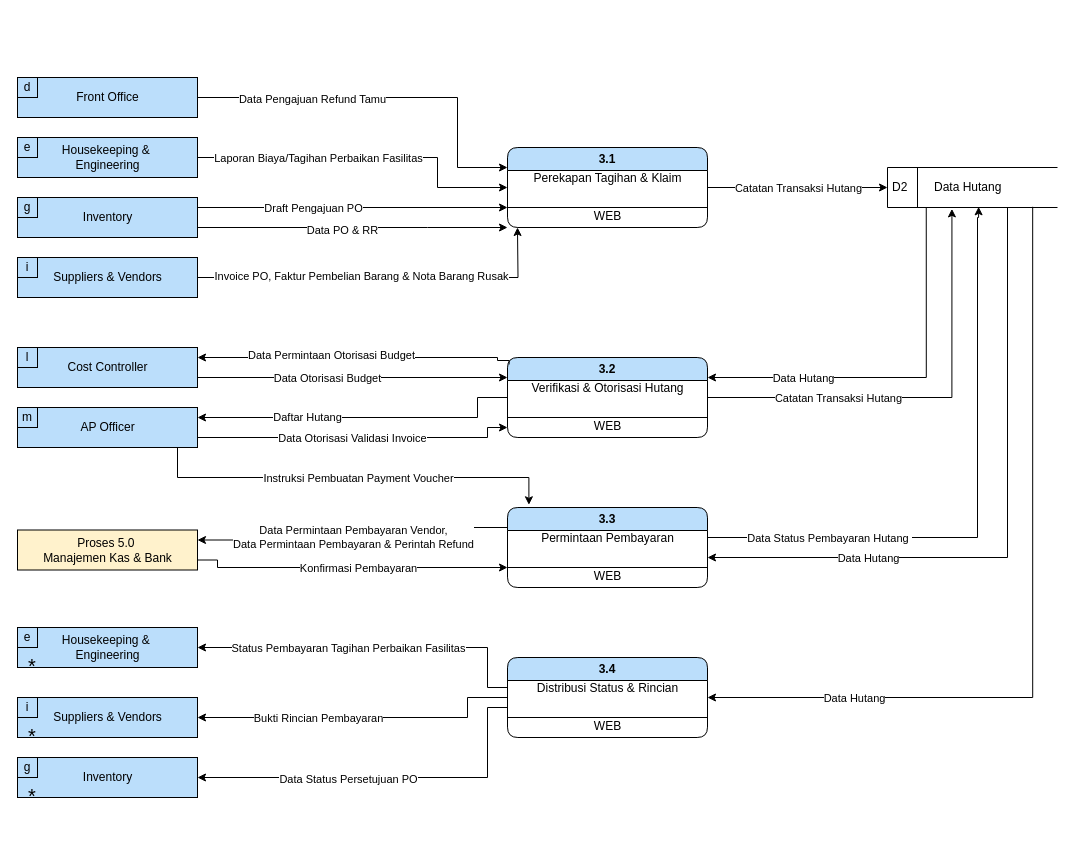
Above: page "DFD LVL 1-Hutang" (9 of 9) of DFD-FINANCE-MARU.drawio in elikawicaksana/BuildIT_BasisData (draw.io), before the change. Source tidied: cells renumbered, new cells numbered last; positions are measured from the earlier drawing's top-left corner, leaving out a move shared by most shapes. Both pictures are drawn from the tidied source at 100%, with x=0, y=0 at pixel (17, 77).
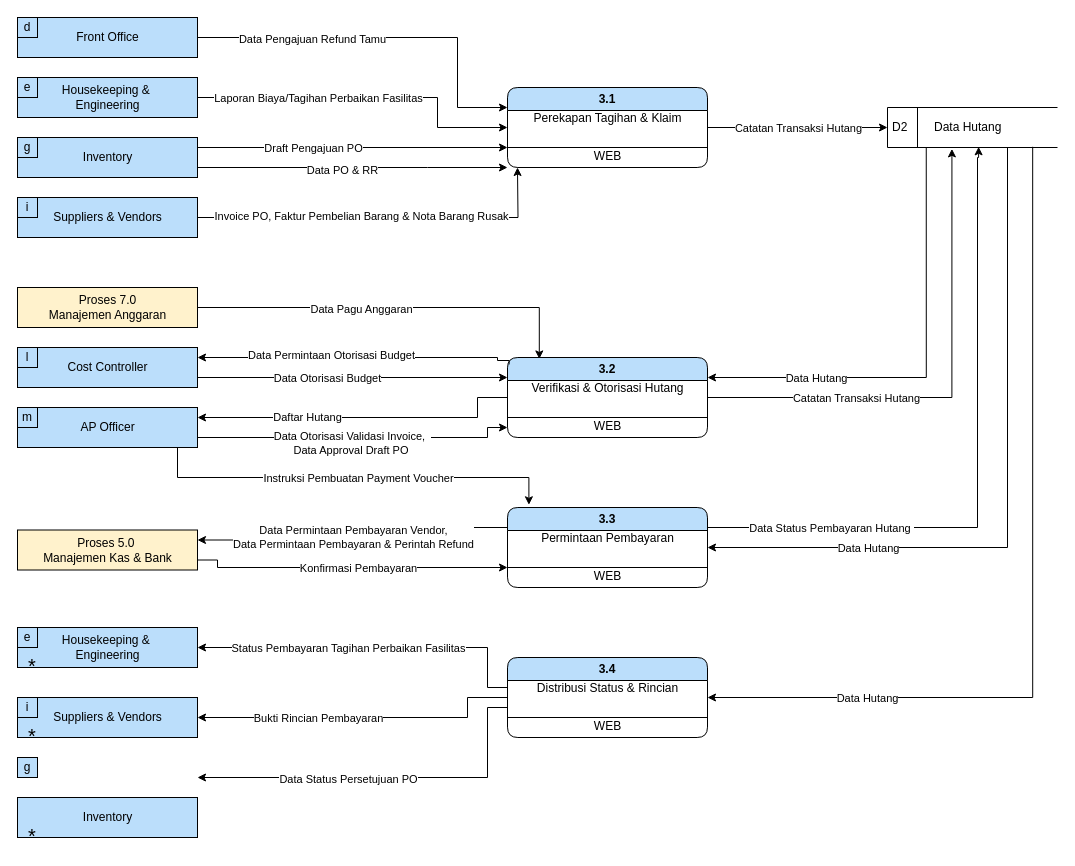
After the change.

The change refers to these unchanged cells:
```xml
<mxCell id="3" value="3.1" style="swimlane;whiteSpace=wrap;html=1;fillColor=#bbdefb;rounded=1;" parent="2" vertex="1">
  <mxGeometry width="200" height="80" as="geometry" />
</mxCell>
<mxCell id="7" value="3.2" style="swimlane;whiteSpace=wrap;html=1;fillColor=#bbdefb;rounded=1;" parent="6" vertex="1">
  <mxGeometry width="200" height="80" as="geometry" />
</mxCell>
<mxCell id="11" value="3.3" style="swimlane;whiteSpace=wrap;html=1;fillColor=#bbdefb;rounded=1;" parent="10" vertex="1">
  <mxGeometry width="200" height="80" as="geometry" />
</mxCell>
<mxCell id="15" value="3.4" style="swimlane;whiteSpace=wrap;html=1;fillColor=#bbdefb;rounded=1;" parent="14" vertex="1">
  <mxGeometry width="200" height="80" as="geometry" />
</mxCell>
<mxCell id="19" style="rounded=0;whiteSpace=wrap;html=1;fillColor=#bbdefb;" parent="18" vertex="1">
  <mxGeometry x="-30" width="180" height="40" as="geometry" />
</mxCell>
<mxCell id="23" style="rounded=0;whiteSpace=wrap;html=1;fillColor=#bbdefb;" parent="22" vertex="1">
  <mxGeometry x="-30" width="180" height="40" as="geometry" />
</mxCell>
<mxCell id="27" style="rounded=0;whiteSpace=wrap;html=1;fillColor=#bbdefb;" parent="26" vertex="1">
  <mxGeometry x="-30" width="180" height="40" as="geometry" />
</mxCell>
<mxCell id="31" style="rounded=0;whiteSpace=wrap;html=1;fillColor=#bbdefb;" parent="30" vertex="1">
  <mxGeometry x="-30" width="180" height="40" as="geometry" />
</mxCell>
<mxCell id="35" value="&lt;span style=&quot;background-color: light-dark(rgb(255, 255, 255), rgb(102, 0, 204));&quot;&gt;D2&lt;/span&gt;" style="html=1;dashed=0;whiteSpace=wrap;shape=mxgraph.dfd.dataStoreID;align=left;spacingLeft=3;points=[[0,0],[0.5,0],[1,0],[0,0.5],[1,0.5],[0,1],[0.5,1],[1,1]];fillColor=none;fillStyle=solid;" parent="34" vertex="1">
  <mxGeometry x="20" width="170" height="40" as="geometry" />
</mxCell>
<mxCell id="51" style="edgeStyle=orthogonalEdgeStyle;rounded=0;jettySize=auto;html=1;" parent="50" edge="1" source="53">
  <mxGeometry relative="1" as="geometry">
    <mxPoint x="460" y="20" as="targetPoint" />
    <Array as="points">
      <mxPoint x="440" y="30" />
      <mxPoint x="440" y="20" />
    </Array>
  </mxGeometry>
</mxCell>
<mxCell id="96" style="rounded=0;whiteSpace=wrap;html=1;fillColor=#bbdefb;" parent="95" vertex="1">
  <mxGeometry x="-30" width="180" height="40" as="geometry" />
</mxCell>
```

The edit, as a diff of the source:
```diff
@@
     <mxCell id="2" style="group;" parent="1" vertex="1">
-      <mxGeometry x="490" y="70" width="200" height="85" as="geometry" />
+      <mxGeometry x="490" y="10" width="200" height="85" as="geometry" />
     </mxCell>
@@
     <mxCell id="18" style="group;" parent="1" vertex="1">
-      <mxGeometry x="30" y="180" width="150" height="40" as="geometry" />
+      <mxGeometry x="30" y="120" width="150" height="40" as="geometry" />
     </mxCell>
@@
     <mxCell id="22" style="group;" parent="1" vertex="1">
-      <mxGeometry x="30" y="120" width="150" height="40" as="geometry" />
+      <mxGeometry x="30" y="60" width="150" height="40" as="geometry" />
     </mxCell>
@@
     <mxCell id="26" style="group;" parent="1" vertex="1">
-      <mxGeometry x="30" width="150" height="40" as="geometry" />
+      <mxGeometry x="30" y="-60" width="150" height="40" as="geometry" />
     </mxCell>
@@
     <mxCell id="30" style="group;" parent="1" vertex="1">
-      <mxGeometry x="30" y="60" width="150" height="40" as="geometry" />
+      <mxGeometry x="30" width="150" height="40" as="geometry" />
     </mxCell>
@@
     <mxCell id="34" style="group;" parent="1" vertex="1">
-      <mxGeometry x="850" y="90" width="170" height="40" as="geometry" />
+      <mxGeometry x="850" y="30" width="170" height="40" as="geometry" />
     </mxCell>
@@
-    <mxCell id="36" style="edgeStyle=orthogonalEdgeStyle;rounded=0;orthogonalLoop=1;jettySize=auto;html=1;" parent="34" edge="1">
+    <mxCell id="36" style="edgeStyle=orthogonalEdgeStyle;rounded=0;jettySize=auto;html=1;entryX=1;entryY=0.5;entryDx=0;entryDy=0;" parent="34" edge="1" target="11">
       <mxGeometry relative="1" as="geometry">
         <mxPoint x="140" y="40" as="sourcePoint" />
-        <mxPoint x="-160" y="390" as="targetPoint" />
         <Array as="points">
-          <mxPoint x="140" y="390" />
+          <mxPoint x="140" y="440" />
         </Array>
       </mxGeometry>
     </mxCell>
     <mxCell id="37" value="Data Hutang" style="edgeLabel;html=1;align=center;verticalAlign=middle;" parent="36" vertex="1">
       <mxGeometry x="0.38" y="1" relative="1" as="geometry">
-        <mxPoint x="-42" y="-1" as="offset" />
+        <mxPoint x="-57" y="-1" as="offset" />
       </mxGeometry>
     </mxCell>
@@
     <mxCell id="39" style="edgeStyle=orthogonalEdgeStyle;rounded=0;jettySize=auto;html=1;" parent="1" edge="1" source="19">
       <mxGeometry relative="1" as="geometry">
-        <mxPoint x="500" y="150" as="targetPoint" />
+        <mxPoint x="500" y="90" as="targetPoint" />
       </mxGeometry>
     </mxCell>
@@
     <mxCell id="41" style="edgeStyle=orthogonalEdgeStyle;rounded=0;jettySize=auto;html=1;entryX=0;entryY=0.75;entryDx=0;entryDy=0;exitX=1;exitY=0.25;exitDx=0;exitDy=0;" parent="1" edge="1" source="23" target="3">
       <mxGeometry relative="1" as="geometry">
         <Array as="points">
-          <mxPoint x="300" y="130" />
-          <mxPoint x="300" y="130" />
+          <mxPoint x="300" y="70" />
+          <mxPoint x="300" y="70" />
         </Array>
       </mxGeometry>
     </mxCell>
@@
     <mxCell id="43" style="edgeStyle=orthogonalEdgeStyle;rounded=0;jettySize=auto;html=1;entryX=0;entryY=0.5;entryDx=0;entryDy=0;" parent="1" edge="1" source="31" target="3">
       <mxGeometry relative="1" as="geometry">
         <Array as="points">
-          <mxPoint x="420" y="80" />
-          <mxPoint x="420" y="110" />
+          <mxPoint x="420" y="20" />
+          <mxPoint x="420" y="50" />
         </Array>
       </mxGeometry>
     </mxCell>
@@
     <mxCell id="45" style="edgeStyle=orthogonalEdgeStyle;rounded=0;jettySize=auto;html=1;entryX=0;entryY=0.25;entryDx=0;entryDy=0;" parent="1" edge="1" source="27" target="3">
       <mxGeometry relative="1" as="geometry">
         <Array as="points">
-          <mxPoint x="440" y="20" />
-          <mxPoint x="440" y="90" />
+          <mxPoint x="440" y="-40" />
+          <mxPoint x="440" y="30" />
         </Array>
       </mxGeometry>
     </mxCell>
@@
-    <mxCell id="52" value="Data Otorisasi Validasi Invoice" style="edgeLabel;html=1;align=center;verticalAlign=middle;" parent="51" vertex="1">
+    <mxCell id="52" value="Data Otorisasi Validasi Invoice,&amp;nbsp;&amp;nbsp;&lt;div&gt;Data Approval Draft PO&amp;nbsp;&lt;/div&gt;" style="edgeLabel;html=1;align=center;verticalAlign=middle;" parent="51" vertex="1">
       <mxGeometry x="-0.04" y="3" relative="1" as="geometry">
-        <mxPoint y="3" as="offset" />
+        <mxPoint y="8" as="offset" />
       </mxGeometry>
     </mxCell>
@@
     <mxCell id="73" style="edgeStyle=orthogonalEdgeStyle;rounded=0;jettySize=auto;html=1;entryX=1;entryY=0.5;entryDx=0;entryDy=0;exitX=0.536;exitY=0.983;exitDx=0;exitDy=0;startArrow=classic;startFill=1;endArrow=none;endFill=0;exitPerimeter=0;" parent="1" edge="1" source="35" target="11">
       <mxGeometry relative="1" as="geometry">
         <Array as="points">
-          <mxPoint x="961" y="140" />
-          <mxPoint x="960" y="140" />
-          <mxPoint x="960" y="460" />
-          <mxPoint x="690" y="460" />
+          <mxPoint x="961" y="80" />
+          <mxPoint x="960" y="450" />
+          <mxPoint x="690" y="450" />
         </Array>
       </mxGeometry>
     </mxCell>
@@
     <mxCell id="93" style="edgeStyle=orthogonalEdgeStyle;rounded=0;jettySize=auto;html=1;entryX=0;entryY=1;entryDx=0;entryDy=0;exitX=1;exitY=0.75;exitDx=0;exitDy=0;" parent="1" edge="1" source="23" target="3">
       <mxGeometry relative="1" as="geometry">
         <Array as="points">
-          <mxPoint x="410" y="150" />
-          <mxPoint x="410" y="150" />
+          <mxPoint x="410" y="90" />
+          <mxPoint x="410" y="90" />
         </Array>
       </mxGeometry>
     </mxCell>
@@
     <mxCell id="95" style="group;" parent="1" vertex="1">
-      <mxGeometry x="30" y="680" width="150" height="40" as="geometry" />
+      <mxGeometry x="30" y="720" width="150" height="40" as="geometry" />
     </mxCell>
@@
     <mxCell id="98" value="g" style="rounded=0;whiteSpace=wrap;html=1;labelBackgroundColor=none;fillColor=light-dark(#bbdefb, #193750);strokeColor=#000000;" parent="95" vertex="1">
-      <mxGeometry x="-30" width="20" height="20" as="geometry" />
+      <mxGeometry x="-30" y="-40" width="20" height="20" as="geometry" />
     </mxCell>
@@
-    <mxCell id="100" style="edgeStyle=orthogonalEdgeStyle;rounded=0;jettySize=auto;html=1;exitX=0;exitY=0.75;exitDx=0;exitDy=0;entryX=1;entryY=0.5;entryDx=0;entryDy=0;" parent="1" edge="1" source="15" target="96">
+    <mxCell id="100" style="edgeStyle=orthogonalEdgeStyle;rounded=0;jettySize=auto;html=1;exitX=0;exitY=0.75;exitDx=0;exitDy=0;entryX=1;entryY=0.5;entryDx=0;entryDy=0;" parent="1" edge="1" source="15">
       <mxGeometry relative="1" as="geometry">
+        <mxPoint x="180" y="700" as="targetPoint" />
         <Array as="points">
           <mxPoint x="490" y="630" />
           <mxPoint x="470" y="630" />
           <mxPoint x="470" y="700" />
         </Array>
       </mxGeometry>
     </mxCell>
@@
+    <mxCell id="106" style="group;" parent="1" vertex="1">
+      <mxGeometry y="210" width="180" height="40" as="geometry" />
+    </mxCell>
+    <mxCell id="107" style="rounded=0;whiteSpace=wrap;html=1;fillColor=#fff2cc;strokeColor=#000000;" parent="106" vertex="1">
+      <mxGeometry width="180" height="40" as="geometry" />
+    </mxCell>
+    <mxCell id="108" value="&lt;div&gt;&lt;span style=&quot;white-space: pre;&quot;&gt;Proses 7.0&lt;/span&gt;&lt;/div&gt;&lt;span style=&quot;white-space: pre;&quot;&gt;Manajemen Anggaran&lt;/span&gt;" style="text;html=1;align=center;verticalAlign=middle;strokeColor=none;fillColor=none;" parent="106" vertex="1">
+      <mxGeometry x="20" width="140" height="40" as="geometry" />
+    </mxCell>
+    <mxCell id="109" style="edgeStyle=orthogonalEdgeStyle;rounded=0;jettySize=auto;html=1;entryX=0.159;entryY=0.018;entryDx=0;entryDy=0;entryPerimeter=0;" parent="1" edge="1" source="107" target="7">
+      <mxGeometry relative="1" as="geometry" />
+    </mxCell>
+    <mxCell id="110" value="Data Pagu Anggaran" style="edgeLabel;html=1;align=center;verticalAlign=middle;" parent="109" vertex="1">
+      <mxGeometry x="-0.17" y="-1" relative="1" as="geometry" />
+    </mxCell>
```
